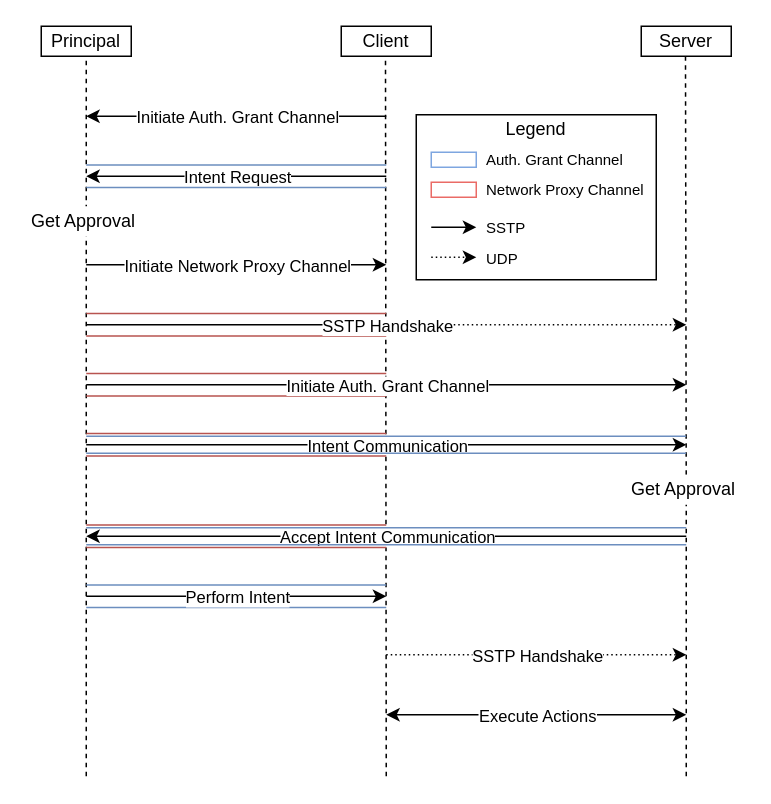
This is paper/figures/identify_forwarding.drawio from hop-proto/hop-go, a draw.io file, before an edit. Source tidied: cells renumbered, new cells numbered last; positions are measured from the earlier drawing's top-left corner, leaving out a move shared by most shapes. Both pictures are drawn from the tidied source at 150%, with x=0, y=0 at pixel (26, 26).
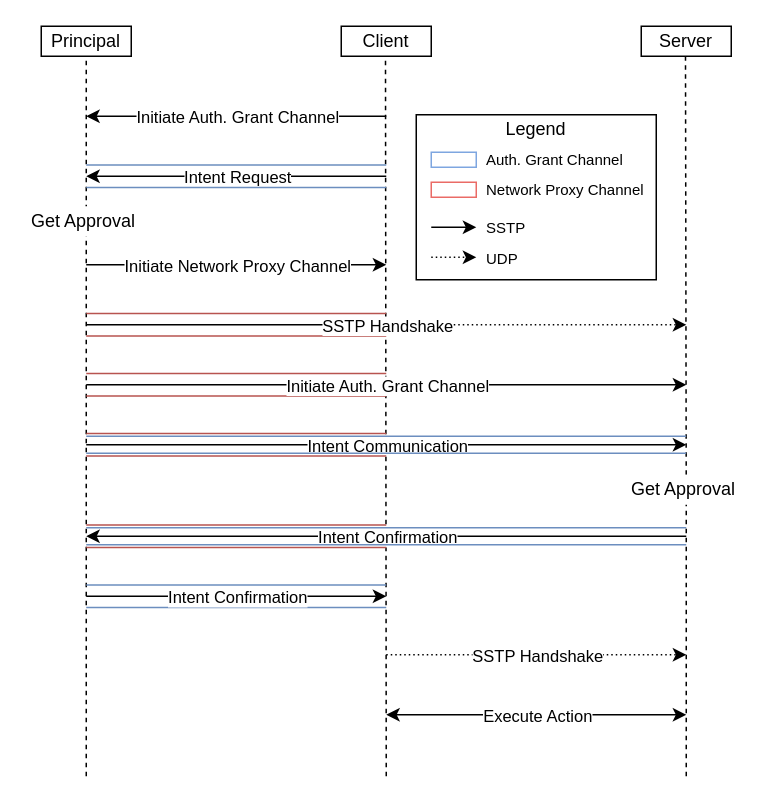
The same diagram, later.

The change refers to these unchanged cells:
```xml
<mxCell id="28" style="endArrow=classic;html=1;" parent="1" edge="1">
  <mxGeometry relative="1" as="geometry">
    <mxPoint x="440" y="340" as="sourcePoint" />
    <mxPoint x="40" y="340" as="targetPoint" />
  </mxGeometry>
</mxCell>
<mxCell id="33" style="endArrow=classic;html=1;" parent="1" edge="1">
  <mxGeometry relative="1" as="geometry">
    <mxPoint x="40" y="380" as="sourcePoint" />
    <mxPoint x="240" y="380" as="targetPoint" />
  </mxGeometry>
</mxCell>
<mxCell id="37" style="endArrow=classic;startArrow=classic;html=1;" parent="1" edge="1">
  <mxGeometry relative="1" as="geometry">
    <mxPoint x="240" y="459" as="sourcePoint" />
    <mxPoint x="440" y="459" as="targetPoint" />
  </mxGeometry>
</mxCell>
```

What changed in the source:
```diff
@@
-    <mxCell id="29" value="Accept Intent Communication" style="edgeLabel;html=1;align=center;verticalAlign=middle;" parent="28" vertex="1">
+    <mxCell id="29" value="Intent Confirmation" style="edgeLabel;html=1;align=center;verticalAlign=middle;" parent="28" vertex="1">
       <mxGeometry relative="1" as="geometry" />
     </mxCell>
@@
-    <mxCell id="34" value="Perform Intent" style="edgeLabel;html=1;align=center;verticalAlign=middle;" parent="33" vertex="1">
+    <mxCell id="34" value="Intent Confirmation" style="edgeLabel;html=1;align=center;verticalAlign=middle;" parent="33" vertex="1">
       <mxGeometry relative="1" as="geometry" />
     </mxCell>
@@
-    <mxCell id="38" value="Execute Actions" style="edgeLabel;html=1;align=center;verticalAlign=middle;" parent="37" vertex="1">
+    <mxCell id="38" value="Execute Action" style="edgeLabel;html=1;align=center;verticalAlign=middle;" parent="37" vertex="1">
       <mxGeometry x="-0.4" relative="1" as="geometry">
         <mxPoint x="40" as="offset" />
       </mxGeometry>
     </mxCell>
```
